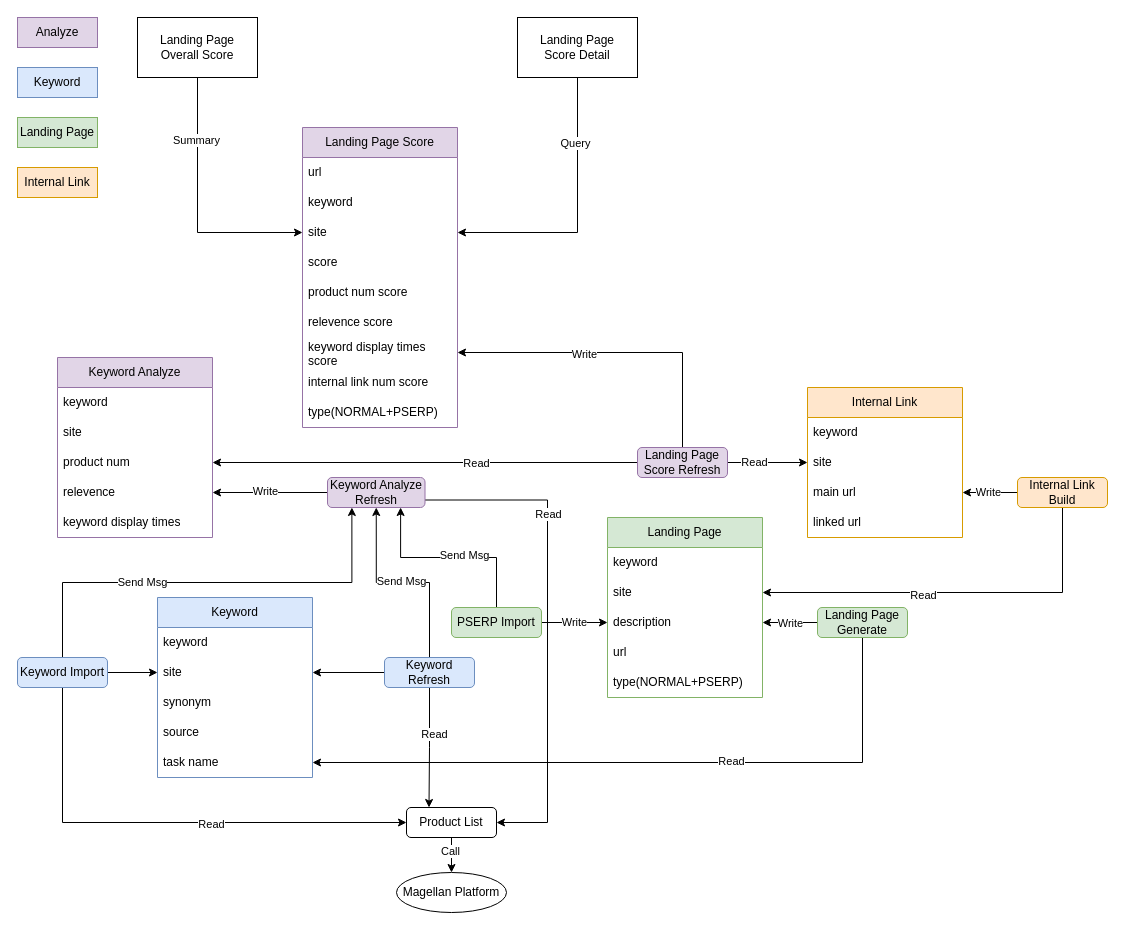
Earlier version of the draw.io diagram drawio/page_score.drawio (VisableHarry/seo-drawio). Source tidied: cells renumbered, new cells numbered last; positions are measured from the earlier drawing's top-left corner, leaving out a move shared by most shapes. Both pictures are drawn from the tidied source at 100%, with x=0, y=0 at pixel (17, 17).
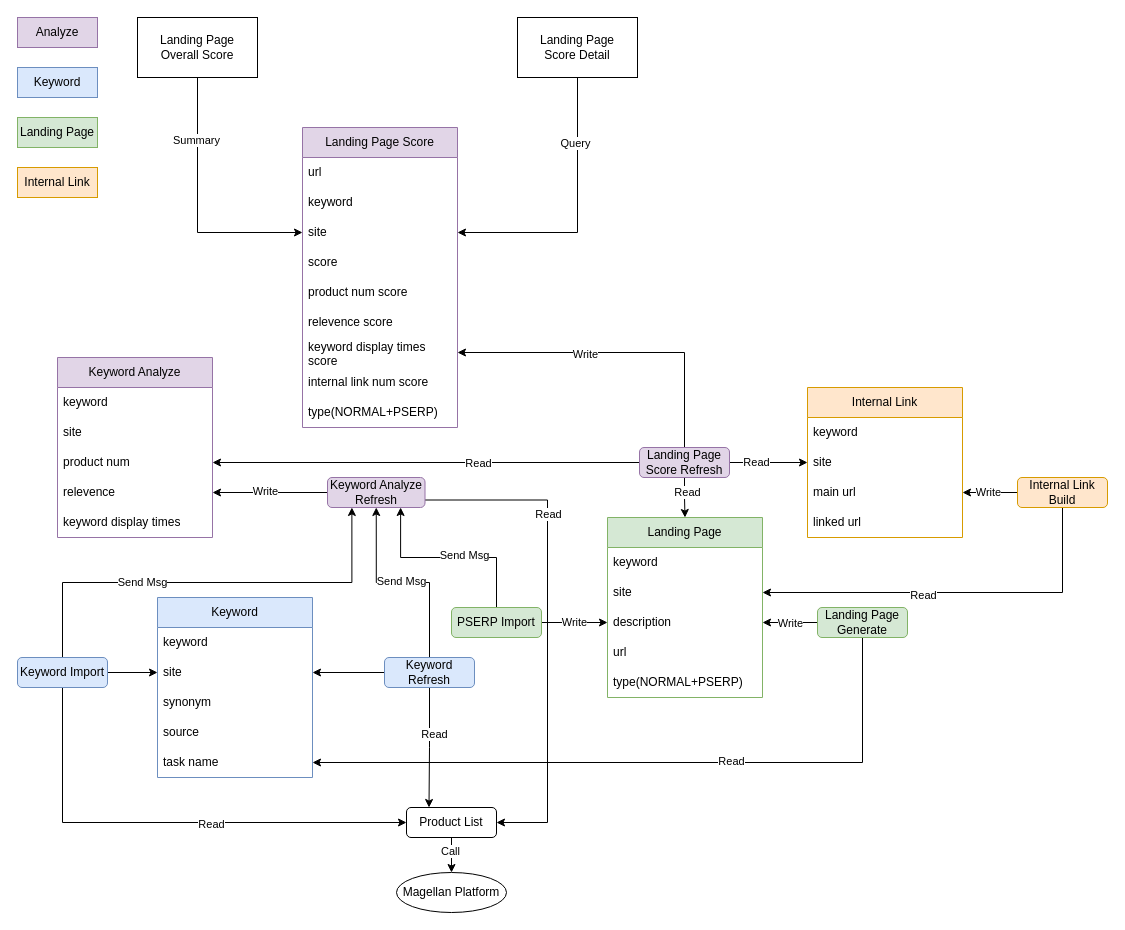
After the change.

Unchanged cells that the change refers to:
```xml
<mxCell id="39" value="Landing Page" style="swimlane;fontStyle=0;horizontal=1;startSize=30;whiteSpace=wrap;html=1;fillColor=#d5e8d4;strokeColor=#82b366;" parent="1" vertex="1">
  <mxGeometry x="590" y="500" width="155" height="180" as="geometry" />
</mxCell>
```

Diff of the diagram source:
```diff
@@
+    <mxCell id="87" style="edgeStyle=orthogonalEdgeStyle;rounded=0;jettySize=auto;html=1;exitX=0.5;exitY=1;exitDx=0;exitDy=0;entryX=0.5;entryY=0;entryDx=0;entryDy=0;" parent="1" edge="1" source="86" target="39">
+      <mxGeometry relative="1" as="geometry" />
+    </mxCell>
+    <mxCell id="88" value="Read" style="edgeLabel;html=1;align=center;verticalAlign=middle;" parent="87" vertex="1">
+      <mxGeometry x="-0.33" y="2" relative="1" as="geometry" />
+    </mxCell>
     <mxCell id="86" value="Landing Page Score Refresh" style="rounded=1;whiteSpace=wrap;html=1;fillColor=#e1d5e7;strokeColor=#9673a6;" parent="1" vertex="1">
-      <mxGeometry x="620" y="430" width="90" height="30" as="geometry" />
+      <mxGeometry x="622" y="430" width="90" height="30" as="geometry" />
     </mxCell>
```
